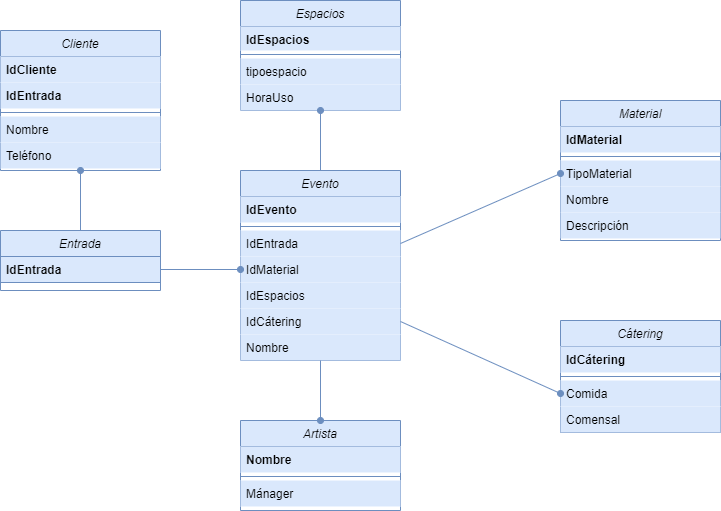
Above: images/Diagrama de base de datos.png in miguelmartinez22/QuevedoFest (draw.io), before the change. Source tidied: cells renumbered, new cells last; positions are measured from the earlier drawing's top-left corner, leaving out a move shared by most shapes. Source of this version:
```xml
<mxGraphModel background="#FFFFFF">
  <root>
    <mxCell id="0" />
    <mxCell id="1" parent="0" />
    <mxCell id="2" value="Cliente" style="swimlane;fontStyle=2;align=center;verticalAlign=top;horizontal=1;startSize=26;rounded=0;shadow=0;strokeWidth=1;fillColor=#dae8fc;strokeColor=#6c8ebf;" parent="1" vertex="1">
      <mxGeometry y="30" width="160" height="140" as="geometry" />
    </mxCell>
    <mxCell id="3" value="IdCliente" style="text;align=left;verticalAlign=top;spacingLeft=4;spacingRight=4;overflow=hidden;fontStyle=1;fillColor=#dae8fc;" parent="2" vertex="1">
      <mxGeometry y="26" width="160" height="26" as="geometry" />
    </mxCell>
    <mxCell id="4" value="IdEntrada" style="text;align=left;verticalAlign=top;spacingLeft=4;spacingRight=4;overflow=hidden;rounded=0;shadow=0;html=0;fontStyle=1;fillColor=#dae8fc;" parent="2" vertex="1">
      <mxGeometry y="52" width="160" height="26" as="geometry" />
    </mxCell>
    <mxCell id="5" style="line;html=1;strokeWidth=1;align=left;verticalAlign=middle;spacingTop=-1;spacingLeft=3;spacingRight=3;labelPosition=right;fillColor=#dae8fc;strokeColor=#6c8ebf;" parent="2" vertex="1">
      <mxGeometry y="78" width="160" height="8" as="geometry" />
    </mxCell>
    <mxCell id="6" value="Nombre" style="text;align=left;verticalAlign=top;spacingLeft=4;spacingRight=4;overflow=hidden;rounded=0;shadow=0;html=0;fillColor=#dae8fc;" parent="2" vertex="1">
      <mxGeometry y="86" width="160" height="26" as="geometry" />
    </mxCell>
    <mxCell id="7" value="Teléfono" style="text;align=left;verticalAlign=top;spacingLeft=4;spacingRight=4;overflow=hidden;rounded=0;shadow=0;html=0;fillColor=#dae8fc;" parent="2" vertex="1">
      <mxGeometry y="112" width="160" height="26" as="geometry" />
    </mxCell>
    <mxCell id="8" value="Entrada" style="swimlane;fontStyle=2;align=center;verticalAlign=top;horizontal=1;startSize=26;rounded=0;shadow=0;strokeWidth=1;fillColor=#dae8fc;strokeColor=#6c8ebf;" parent="1" vertex="1">
      <mxGeometry y="230" width="160" height="60" as="geometry" />
    </mxCell>
    <mxCell id="9" value="IdEntrada" style="text;align=left;verticalAlign=top;spacingLeft=4;spacingRight=4;overflow=hidden;points=[[0,0.5],[1,0.5]];portConstraint=eastwest;rounded=0;shadow=0;html=0;fontStyle=1;fillColor=#dae8fc;strokeColor=#6c8ebf;" parent="8" vertex="1">
      <mxGeometry y="26" width="160" height="26" as="geometry" />
    </mxCell>
    <mxCell id="10" value="Evento" style="swimlane;fontStyle=2;align=center;verticalAlign=top;horizontal=1;startSize=26;rounded=0;shadow=0;strokeWidth=1;fillColor=#dae8fc;strokeColor=#6c8ebf;" parent="1" vertex="1">
      <mxGeometry x="240" y="170" width="160" height="190" as="geometry" />
    </mxCell>
    <mxCell id="11" value="IdEvento" style="text;align=left;verticalAlign=top;spacingLeft=4;spacingRight=4;overflow=hidden;rounded=0;shadow=0;html=0;fontStyle=1;fillColor=#dae8fc;" parent="10" vertex="1">
      <mxGeometry y="26" width="160" height="26" as="geometry" />
    </mxCell>
    <mxCell id="12" style="line;html=1;strokeWidth=1;align=left;verticalAlign=middle;spacingTop=-1;spacingLeft=3;spacingRight=3;labelPosition=right;fillColor=#dae8fc;strokeColor=#6c8ebf;" parent="10" vertex="1">
      <mxGeometry y="52" width="160" height="8" as="geometry" />
    </mxCell>
    <mxCell id="13" value="IdEntrada" style="text;align=left;verticalAlign=top;spacingLeft=4;spacingRight=4;overflow=hidden;points=[[0,0.5],[1,0.5]];portConstraint=eastwest;rounded=0;shadow=0;html=0;fillColor=#dae8fc;" parent="10" vertex="1">
      <mxGeometry y="60" width="160" height="26" as="geometry" />
    </mxCell>
    <mxCell id="14" value="IdMaterial" style="text;align=left;verticalAlign=top;spacingLeft=4;spacingRight=4;overflow=hidden;points=[[0,0.5],[1,0.5]];portConstraint=eastwest;rounded=0;shadow=0;html=0;fillColor=#dae8fc;" parent="10" vertex="1">
      <mxGeometry y="86" width="160" height="26" as="geometry" />
    </mxCell>
    <mxCell id="15" value="IdEspacios" style="text;align=left;verticalAlign=top;spacingLeft=4;spacingRight=4;overflow=hidden;rounded=0;shadow=0;html=0;fillColor=#dae8fc;" parent="10" vertex="1">
      <mxGeometry y="112" width="160" height="26" as="geometry" />
    </mxCell>
    <mxCell id="16" value="IdCátering" style="text;align=left;verticalAlign=top;spacingLeft=4;spacingRight=4;overflow=hidden;points=[[0,0.5],[1,0.5]];portConstraint=eastwest;rounded=0;shadow=0;html=0;fillColor=#dae8fc;" parent="10" vertex="1">
      <mxGeometry y="138" width="160" height="26" as="geometry" />
    </mxCell>
    <mxCell id="17" value="Nombre" style="text;align=left;verticalAlign=top;spacingLeft=4;spacingRight=4;overflow=hidden;rounded=0;shadow=0;html=0;fillColor=#dae8fc;" parent="10" vertex="1">
      <mxGeometry y="164" width="160" height="26" as="geometry" />
    </mxCell>
    <mxCell id="18" style="endArrow=none;html=1;entryX=1;entryY=0.5;entryDx=0;entryDy=0;exitX=0;exitY=0.5;exitDx=0;exitDy=0;fillColor=#dae8fc;strokeColor=#6c8ebf;startArrow=oval;startFill=1;" parent="1" edge="1" source="14" target="9">
      <mxGeometry relative="1" as="geometry" />
    </mxCell>
    <mxCell id="19" style="endArrow=none;html=1;entryX=0.5;entryY=0;entryDx=0;entryDy=0;exitX=0.5;exitY=1;exitDx=0;exitDy=0;fillColor=#dae8fc;strokeColor=#6c8ebf;startArrow=oval;startFill=1;" parent="1" edge="1" source="2" target="8">
      <mxGeometry relative="1" as="geometry" />
    </mxCell>
    <mxCell id="20" value="Material" style="swimlane;fontStyle=2;align=center;verticalAlign=top;horizontal=1;startSize=26;rounded=0;shadow=0;strokeWidth=1;fillColor=#dae8fc;strokeColor=#6c8ebf;" parent="1" vertex="1">
      <mxGeometry x="560" y="100" width="160" height="140" as="geometry" />
    </mxCell>
    <mxCell id="21" value="IdMaterial" style="text;align=left;verticalAlign=top;spacingLeft=4;spacingRight=4;overflow=hidden;rounded=0;shadow=0;html=0;fontStyle=1;fillColor=#dae8fc;" parent="20" vertex="1">
      <mxGeometry y="26" width="160" height="26" as="geometry" />
    </mxCell>
    <mxCell id="22" style="line;html=1;strokeWidth=1;align=left;verticalAlign=middle;spacingTop=-1;spacingLeft=3;spacingRight=3;labelPosition=right;fillColor=#dae8fc;strokeColor=#6c8ebf;" parent="20" vertex="1">
      <mxGeometry y="52" width="160" height="8" as="geometry" />
    </mxCell>
    <mxCell id="23" value="TipoMaterial" style="text;align=left;verticalAlign=top;spacingLeft=4;spacingRight=4;overflow=hidden;points=[[0,0.5],[1,0.5]];portConstraint=eastwest;rounded=0;shadow=0;html=0;fillColor=#dae8fc;" parent="20" vertex="1">
      <mxGeometry y="60" width="160" height="26" as="geometry" />
    </mxCell>
    <mxCell id="24" value="Nombre" style="text;align=left;verticalAlign=top;spacingLeft=4;spacingRight=4;overflow=hidden;rounded=0;shadow=0;html=0;fillColor=#dae8fc;" parent="20" vertex="1">
      <mxGeometry y="86" width="160" height="26" as="geometry" />
    </mxCell>
    <mxCell id="25" value="Descripción" style="text;align=left;verticalAlign=top;spacingLeft=4;spacingRight=4;overflow=hidden;rounded=0;shadow=0;html=0;fillColor=#dae8fc;" parent="20" vertex="1">
      <mxGeometry y="112" width="160" height="26" as="geometry" />
    </mxCell>
    <mxCell id="26" style="endArrow=oval;html=1;entryX=0;entryY=0.5;entryDx=0;entryDy=0;exitX=1;exitY=0.5;exitDx=0;exitDy=0;fillColor=#dae8fc;strokeColor=#6c8ebf;endFill=1;" parent="1" edge="1" source="13" target="23">
      <mxGeometry relative="1" as="geometry" />
    </mxCell>
    <mxCell id="27" value="Espacios" style="swimlane;fontStyle=2;align=center;verticalAlign=top;horizontal=1;startSize=26;rounded=0;shadow=0;strokeWidth=1;fillColor=#dae8fc;strokeColor=#6c8ebf;" parent="1" vertex="1">
      <mxGeometry x="240" width="160" height="110" as="geometry" />
    </mxCell>
    <mxCell id="28" value="IdEspacios" style="text;align=left;verticalAlign=top;spacingLeft=4;spacingRight=4;overflow=hidden;rounded=0;shadow=0;html=0;fontStyle=1;fillColor=#dae8fc;" parent="27" vertex="1">
      <mxGeometry y="26" width="160" height="24" as="geometry" />
    </mxCell>
    <mxCell id="29" style="line;html=1;strokeWidth=1;align=left;verticalAlign=middle;spacingTop=-1;spacingLeft=3;spacingRight=3;labelPosition=right;fillColor=#dae8fc;strokeColor=#6c8ebf;" parent="27" vertex="1">
      <mxGeometry y="50" width="160" height="8" as="geometry" />
    </mxCell>
    <mxCell id="30" value="tipoespacio" style="text;align=left;verticalAlign=top;spacingLeft=4;spacingRight=4;overflow=hidden;rounded=0;shadow=0;html=0;fillColor=#dae8fc;" parent="27" vertex="1">
      <mxGeometry y="58" width="160" height="26" as="geometry" />
    </mxCell>
    <mxCell id="31" value="HoraUso" style="text;align=left;verticalAlign=top;spacingLeft=4;spacingRight=4;overflow=hidden;rounded=0;shadow=0;html=0;fillColor=#dae8fc;" parent="27" vertex="1">
      <mxGeometry y="84" width="160" height="26" as="geometry" />
    </mxCell>
    <mxCell id="32" style="endArrow=oval;html=1;entryX=0.5;entryY=1;entryDx=0;entryDy=0;exitX=0.5;exitY=0;exitDx=0;exitDy=0;fillColor=#dae8fc;strokeColor=#6c8ebf;startArrow=none;startFill=0;endFill=1;" parent="1" edge="1" source="10" target="27">
      <mxGeometry relative="1" as="geometry" />
    </mxCell>
    <mxCell id="33" value="Cátering" style="swimlane;fontStyle=2;align=center;verticalAlign=top;horizontal=1;startSize=26;rounded=0;shadow=0;strokeWidth=1;fillColor=#dae8fc;strokeColor=#6c8ebf;" parent="1" vertex="1">
      <mxGeometry x="560" y="320" width="160" height="112" as="geometry" />
    </mxCell>
    <mxCell id="34" value="IdCátering" style="text;align=left;verticalAlign=top;spacingLeft=4;spacingRight=4;overflow=hidden;rounded=0;shadow=0;html=0;fontStyle=1;fillColor=#dae8fc;" parent="33" vertex="1">
      <mxGeometry y="26" width="160" height="26" as="geometry" />
    </mxCell>
    <mxCell id="35" style="line;html=1;strokeWidth=1;align=left;verticalAlign=middle;spacingTop=-1;spacingLeft=3;spacingRight=3;labelPosition=right;fillColor=#dae8fc;strokeColor=#6c8ebf;" parent="33" vertex="1">
      <mxGeometry y="52" width="160" height="8" as="geometry" />
    </mxCell>
    <mxCell id="36" value="Comida" style="text;align=left;verticalAlign=top;spacingLeft=4;spacingRight=4;overflow=hidden;points=[[0,0.5],[1,0.5]];portConstraint=eastwest;rounded=0;shadow=0;html=0;fillColor=#dae8fc;" parent="33" vertex="1">
      <mxGeometry y="60" width="160" height="26" as="geometry" />
    </mxCell>
    <mxCell id="37" value="Comensal" style="text;align=left;verticalAlign=top;spacingLeft=4;spacingRight=4;overflow=hidden;rounded=0;shadow=0;html=0;fillColor=#dae8fc;" parent="33" vertex="1">
      <mxGeometry y="86" width="160" height="26" as="geometry" />
    </mxCell>
    <mxCell id="38" style="endArrow=oval;html=1;entryX=0;entryY=0.5;entryDx=0;entryDy=0;exitX=1;exitY=0.5;exitDx=0;exitDy=0;fillColor=#dae8fc;strokeColor=#6c8ebf;endFill=1;" parent="1" edge="1" source="16" target="36">
      <mxGeometry relative="1" as="geometry" />
    </mxCell>
    <mxCell id="39" value="Artista" style="swimlane;fontStyle=2;align=center;verticalAlign=top;horizontal=1;startSize=26;rounded=0;shadow=0;strokeWidth=1;fillColor=#dae8fc;strokeColor=#6c8ebf;" parent="1" vertex="1">
      <mxGeometry x="240" y="420" width="160" height="90" as="geometry" />
    </mxCell>
    <mxCell id="40" value="Nombre" style="text;align=left;verticalAlign=top;spacingLeft=4;spacingRight=4;overflow=hidden;rounded=0;shadow=0;html=0;fontStyle=1;fillColor=#dae8fc;" parent="39" vertex="1">
      <mxGeometry y="26" width="160" height="26" as="geometry" />
    </mxCell>
    <mxCell id="41" style="line;html=1;strokeWidth=1;align=left;verticalAlign=middle;spacingTop=-1;spacingLeft=3;spacingRight=3;labelPosition=right;fillColor=#dae8fc;strokeColor=#6c8ebf;" parent="39" vertex="1">
      <mxGeometry y="52" width="160" height="8" as="geometry" />
    </mxCell>
    <mxCell id="42" value="Mánager" style="text;align=left;verticalAlign=top;spacingLeft=4;spacingRight=4;overflow=hidden;rounded=0;shadow=0;html=0;fillColor=#dae8fc;" parent="39" vertex="1">
      <mxGeometry y="60" width="160" height="26" as="geometry" />
    </mxCell>
    <mxCell id="43" style="endArrow=none;html=1;entryX=0.5;entryY=1;entryDx=0;entryDy=0;exitX=0.5;exitY=0;exitDx=0;exitDy=0;fillColor=#dae8fc;strokeColor=#6c8ebf;endFill=0;startArrow=oval;startFill=1;" parent="1" edge="1" source="39" target="10">
      <mxGeometry relative="1" as="geometry" />
    </mxCell>
  </root>
</mxGraphModel>
```
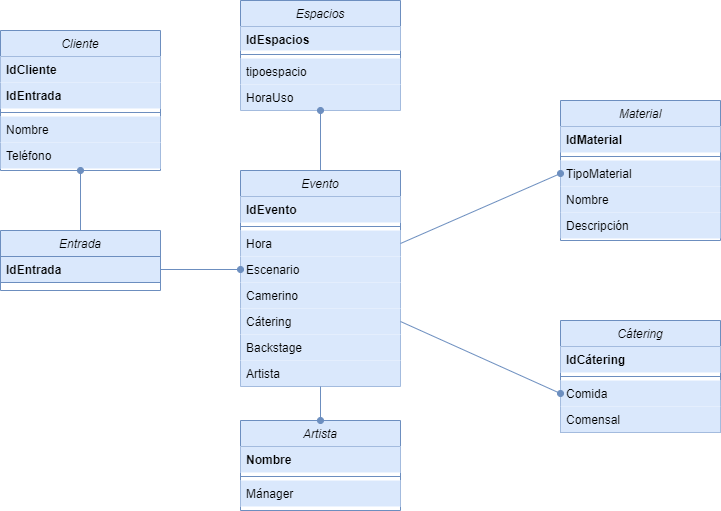
The same diagram one commit later.

Diff of the diagram source:
```diff
@@ -27,7 +27,7 @@
       <mxGeometry y="26" width="160" height="26" as="geometry" />
     </mxCell>
     <mxCell id="10" value="Evento" style="swimlane;fontStyle=2;align=center;verticalAlign=top;horizontal=1;startSize=26;rounded=0;shadow=0;strokeWidth=1;fillColor=#dae8fc;strokeColor=#6c8ebf;" parent="1" vertex="1">
-      <mxGeometry x="240" y="170" width="160" height="190" as="geometry" />
+      <mxGeometry x="240" y="170" width="160" height="216" as="geometry" />
     </mxCell>
     <mxCell id="11" value="IdEvento" style="text;align=left;verticalAlign=top;spacingLeft=4;spacingRight=4;overflow=hidden;rounded=0;shadow=0;html=0;fontStyle=1;fillColor=#dae8fc;" parent="10" vertex="1">
       <mxGeometry y="26" width="160" height="26" as="geometry" />
@@ -35,21 +35,24 @@
     <mxCell id="12" style="line;html=1;strokeWidth=1;align=left;verticalAlign=middle;spacingTop=-1;spacingLeft=3;spacingRight=3;labelPosition=right;fillColor=#dae8fc;strokeColor=#6c8ebf;" parent="10" vertex="1">
       <mxGeometry y="52" width="160" height="8" as="geometry" />
     </mxCell>
-    <mxCell id="13" value="IdEntrada" style="text;align=left;verticalAlign=top;spacingLeft=4;spacingRight=4;overflow=hidden;points=[[0,0.5],[1,0.5]];portConstraint=eastwest;rounded=0;shadow=0;html=0;fillColor=#dae8fc;" parent="10" vertex="1">
+    <mxCell id="13" value="Hora" style="text;align=left;verticalAlign=top;spacingLeft=4;spacingRight=4;overflow=hidden;points=[[0,0.5],[1,0.5]];portConstraint=eastwest;rounded=0;shadow=0;html=0;fillColor=#dae8fc;" parent="10" vertex="1">
       <mxGeometry y="60" width="160" height="26" as="geometry" />
     </mxCell>
-    <mxCell id="14" value="IdMaterial" style="text;align=left;verticalAlign=top;spacingLeft=4;spacingRight=4;overflow=hidden;points=[[0,0.5],[1,0.5]];portConstraint=eastwest;rounded=0;shadow=0;html=0;fillColor=#dae8fc;" parent="10" vertex="1">
+    <mxCell id="14" value="Escenario" style="text;align=left;verticalAlign=top;spacingLeft=4;spacingRight=4;overflow=hidden;points=[[0,0.5],[1,0.5]];portConstraint=eastwest;rounded=0;shadow=0;html=0;fillColor=#dae8fc;" parent="10" vertex="1">
       <mxGeometry y="86" width="160" height="26" as="geometry" />
     </mxCell>
-    <mxCell id="15" value="IdEspacios" style="text;align=left;verticalAlign=top;spacingLeft=4;spacingRight=4;overflow=hidden;rounded=0;shadow=0;html=0;fillColor=#dae8fc;" parent="10" vertex="1">
+    <mxCell id="15" value="Camerino" style="text;align=left;verticalAlign=top;spacingLeft=4;spacingRight=4;overflow=hidden;rounded=0;shadow=0;html=0;fillColor=#dae8fc;" parent="10" vertex="1">
       <mxGeometry y="112" width="160" height="26" as="geometry" />
     </mxCell>
-    <mxCell id="16" value="IdCátering" style="text;align=left;verticalAlign=top;spacingLeft=4;spacingRight=4;overflow=hidden;points=[[0,0.5],[1,0.5]];portConstraint=eastwest;rounded=0;shadow=0;html=0;fillColor=#dae8fc;" parent="10" vertex="1">
+    <mxCell id="16" value="Cátering" style="text;align=left;verticalAlign=top;spacingLeft=4;spacingRight=4;overflow=hidden;points=[[0,0.5],[1,0.5]];portConstraint=eastwest;rounded=0;shadow=0;html=0;fillColor=#dae8fc;" parent="10" vertex="1">
       <mxGeometry y="138" width="160" height="26" as="geometry" />
     </mxCell>
-    <mxCell id="17" value="Nombre" style="text;align=left;verticalAlign=top;spacingLeft=4;spacingRight=4;overflow=hidden;rounded=0;shadow=0;html=0;fillColor=#dae8fc;" parent="10" vertex="1">
+    <mxCell id="17" value="Backstage" style="text;align=left;verticalAlign=top;spacingLeft=4;spacingRight=4;overflow=hidden;rounded=0;shadow=0;html=0;fillColor=#dae8fc;" parent="10" vertex="1">
       <mxGeometry y="164" width="160" height="26" as="geometry" />
     </mxCell>
+    <mxCell id="44" value="Artista" style="text;align=left;verticalAlign=top;spacingLeft=4;spacingRight=4;overflow=hidden;rounded=0;shadow=0;html=0;fillColor=#dae8fc;" parent="10" vertex="1">
+      <mxGeometry y="190" width="160" height="26" as="geometry" />
+    </mxCell>
     <mxCell id="18" style="endArrow=none;html=1;entryX=1;entryY=0.5;entryDx=0;entryDy=0;exitX=0;exitY=0.5;exitDx=0;exitDy=0;fillColor=#dae8fc;strokeColor=#6c8ebf;startArrow=oval;startFill=1;" parent="1" edge="1" source="14" target="9">
       <mxGeometry relative="1" as="geometry" />
     </mxCell>
```
